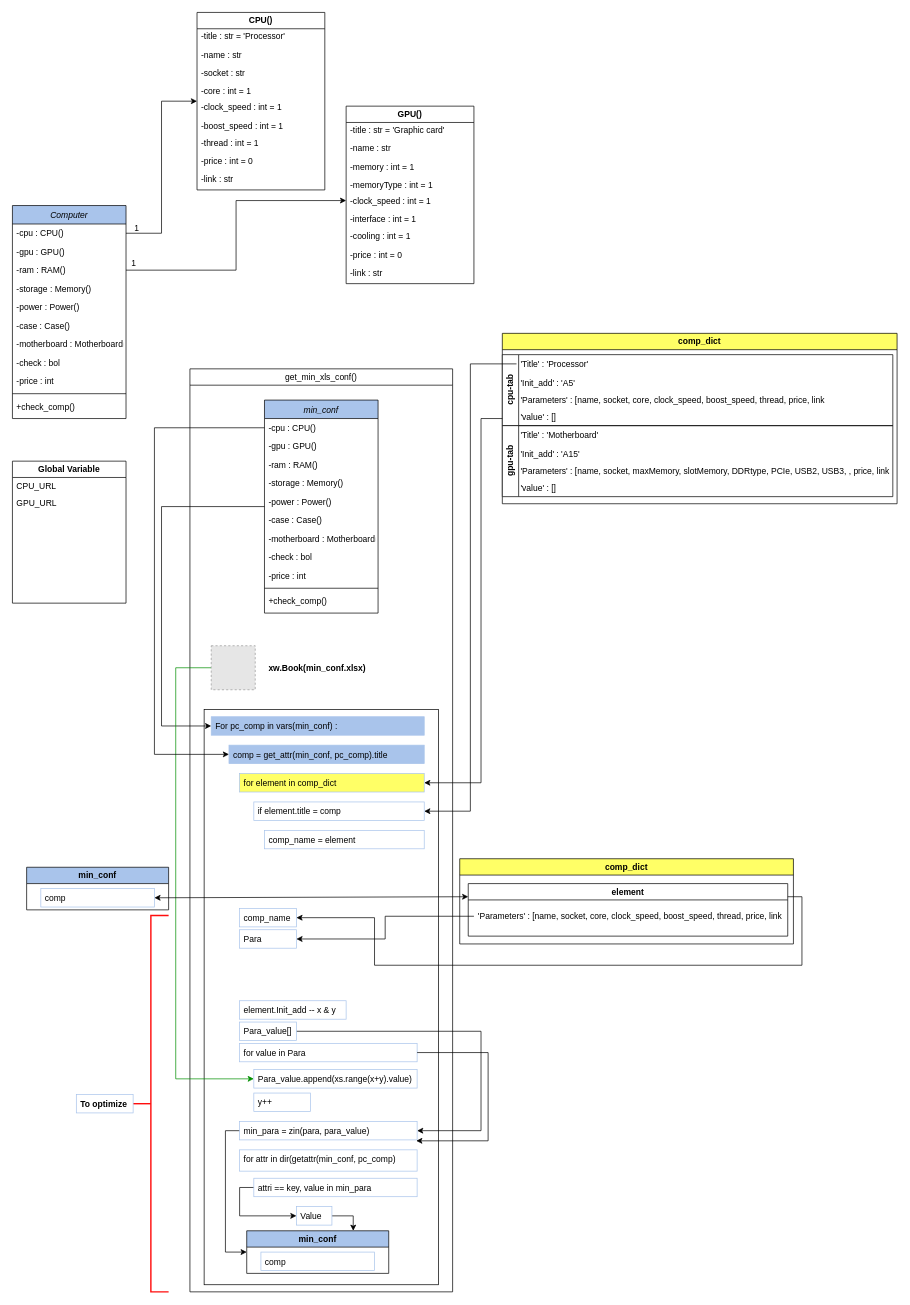
Above: Files/Classes.drawio in Bill-khk/PCBuilder (draw.io), before the change. Source tidied: cells renumbered, new cells numbered last; positions are measured from the earlier drawing's top-left corner, leaving out a move shared by most shapes. Both pictures are drawn from the tidied source at 71%, with x=0, y=0 at pixel (12, 12). Pictures stored in the file or linked from it are replaced by grey dashed boxes.
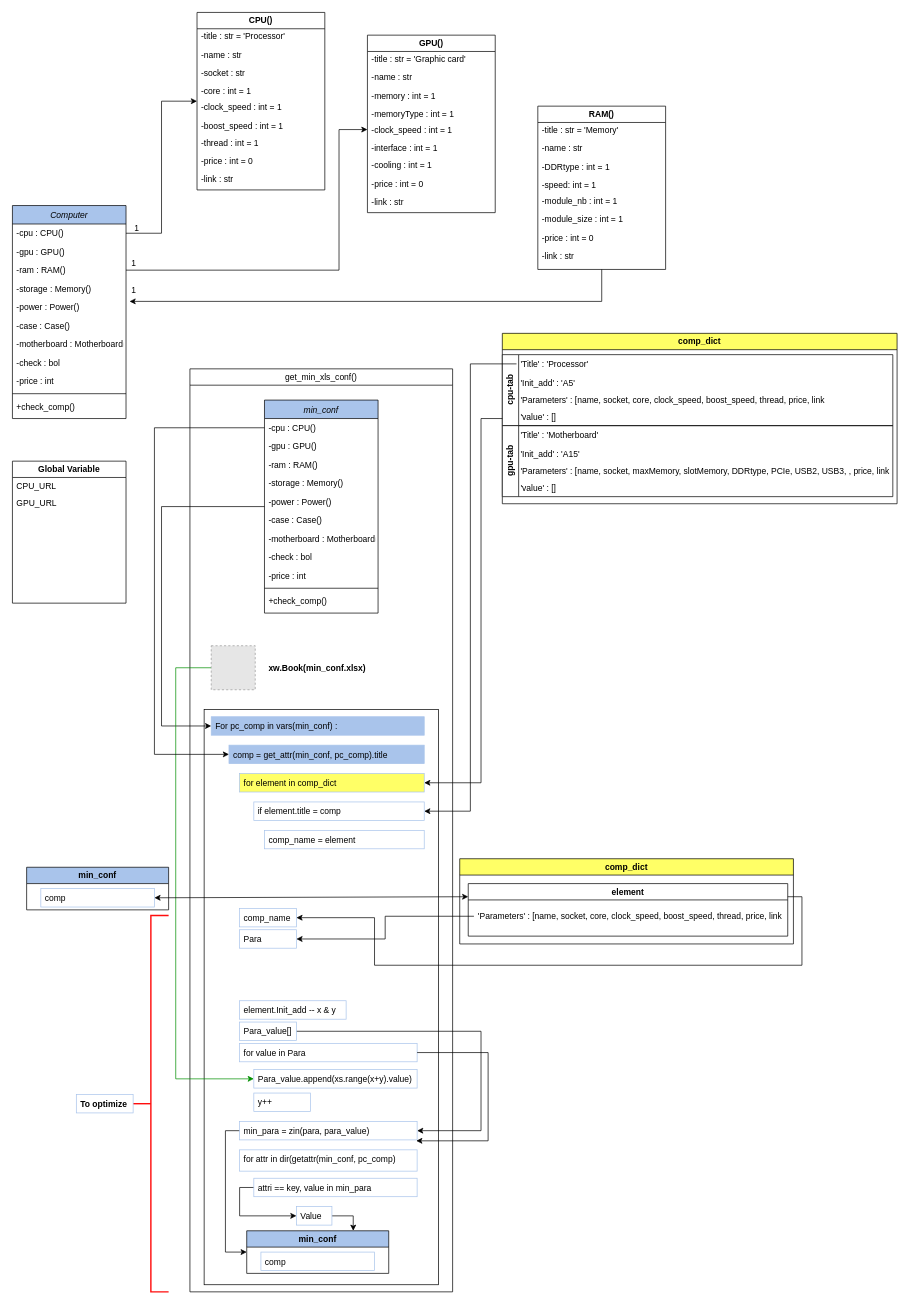
After the change.

The change refers to these unchanged cells:
```xml
<mxCell id="5" value="-ram : RAM()" style="text;align=left;verticalAlign=top;spacingLeft=4;spacingRight=4;overflow=hidden;points=[[0,0.5],[1,0.5]];portConstraint=eastwest;rounded=0;shadow=0;html=0;" parent="2" vertex="1">
  <mxGeometry y="78" width="160" height="26" as="geometry" />
</mxCell>
<mxCell id="6" value="-storage : Memory()" style="text;align=left;verticalAlign=top;spacingLeft=4;spacingRight=4;overflow=hidden;points=[[0,0.5],[1,0.5]];portConstraint=eastwest;rounded=0;shadow=0;html=0;" parent="2" vertex="1">
  <mxGeometry y="104" width="160" height="26" as="geometry" />
</mxCell>
<mxCell id="31" value="-clock_speed : int = 1" style="text;align=left;verticalAlign=top;spacingLeft=4;spacingRight=4;overflow=hidden;points=[[0,0.5],[1,0.5]];portConstraint=eastwest;" parent="26" vertex="1">
  <mxGeometry y="120" width="160" height="26" as="geometry" />
</mxCell>
```

What changed in the source:
```diff
@@
     <mxCell id="26" value="GPU()" style="swimlane;whiteSpace=wrap;html=1;" parent="1" vertex="1">
-      <mxGeometry x="470" y="132" width="180" height="250" as="geometry" />
+      <mxGeometry x="500" y="32" width="180" height="250" as="geometry" />
     </mxCell>
@@
     <mxCell id="36" style="edgeStyle=orthogonalEdgeStyle;rounded=0;jettySize=auto;html=1;exitX=1;exitY=0.5;exitDx=0;exitDy=0;entryX=0;entryY=0.5;entryDx=0;entryDy=0;" parent="1" edge="1" source="5" target="31">
-      <mxGeometry relative="1" as="geometry" />
+      <mxGeometry relative="1" as="geometry">
+        <Array as="points">
+          <mxPoint x="460" y="363" />
+          <mxPoint x="460" y="165" />
+        </Array>
+      </mxGeometry>
     </mxCell>
@@
+    <mxCell id="106" value="RAM()" style="swimlane;whiteSpace=wrap;html=1;" parent="1" vertex="1">
+      <mxGeometry x="740" y="132" width="180" height="230" as="geometry" />
+    </mxCell>
+    <mxCell id="107" value="-title : str = 'Memory'" style="text;align=left;verticalAlign=top;spacingLeft=4;spacingRight=4;overflow=hidden;" parent="106" vertex="1">
+      <mxGeometry y="20" width="160" height="26" as="geometry" />
+    </mxCell>
+    <mxCell id="108" value="-name : str" style="text;align=left;verticalAlign=top;spacingLeft=4;spacingRight=4;overflow=hidden;" parent="106" vertex="1">
+      <mxGeometry y="46" width="160" height="26" as="geometry" />
+    </mxCell>
+    <mxCell id="109" value="-DDRtype : int = 1" style="text;align=left;verticalAlign=top;spacingLeft=4;spacingRight=4;overflow=hidden;" parent="106" vertex="1">
+      <mxGeometry y="72" width="160" height="26" as="geometry" />
+    </mxCell>
+    <mxCell id="110" value="-speed: int = 1" style="text;align=left;verticalAlign=top;spacingLeft=4;spacingRight=4;overflow=hidden;" parent="106" vertex="1">
+      <mxGeometry y="98" width="160" height="26" as="geometry" />
+    </mxCell>
+    <mxCell id="111" value="-module_nb : int = 1" style="text;align=left;verticalAlign=top;spacingLeft=4;spacingRight=4;overflow=hidden;" parent="106" vertex="1">
+      <mxGeometry y="120" width="160" height="26" as="geometry" />
+    </mxCell>
+    <mxCell id="112" value="-module_size : int = 1" style="text;align=left;verticalAlign=top;spacingLeft=4;spacingRight=4;overflow=hidden;" parent="106" vertex="1">
+      <mxGeometry y="146" width="160" height="26" as="geometry" />
+    </mxCell>
+    <mxCell id="113" value="-price : int = 0" style="text;align=left;verticalAlign=top;spacingLeft=4;spacingRight=4;overflow=hidden;" parent="106" vertex="1">
+      <mxGeometry y="172" width="160" height="26" as="geometry" />
+    </mxCell>
+    <mxCell id="114" value="-link : str" style="text;align=left;verticalAlign=top;spacingLeft=4;spacingRight=4;overflow=hidden;" parent="106" vertex="1">
+      <mxGeometry y="198" width="160" height="26" as="geometry" />
+    </mxCell>
+    <mxCell id="115" style="edgeStyle=orthogonalEdgeStyle;rounded=0;jettySize=auto;html=1;entryX=1.031;entryY=1.192;entryDx=0;entryDy=0;entryPerimeter=0;" parent="1" edge="1" source="106" target="6">
+      <mxGeometry relative="1" as="geometry" />
+    </mxCell>
+    <mxCell id="116" value="1" style="align=left;verticalAlign=bottom;labelBackgroundColor=none;fontSize=12;" parent="1" vertex="1">
+      <mxGeometry x="182" y="362" as="geometry">
+        <mxPoint x="-16" y="37" as="offset" />
+      </mxGeometry>
+    </mxCell>
```
